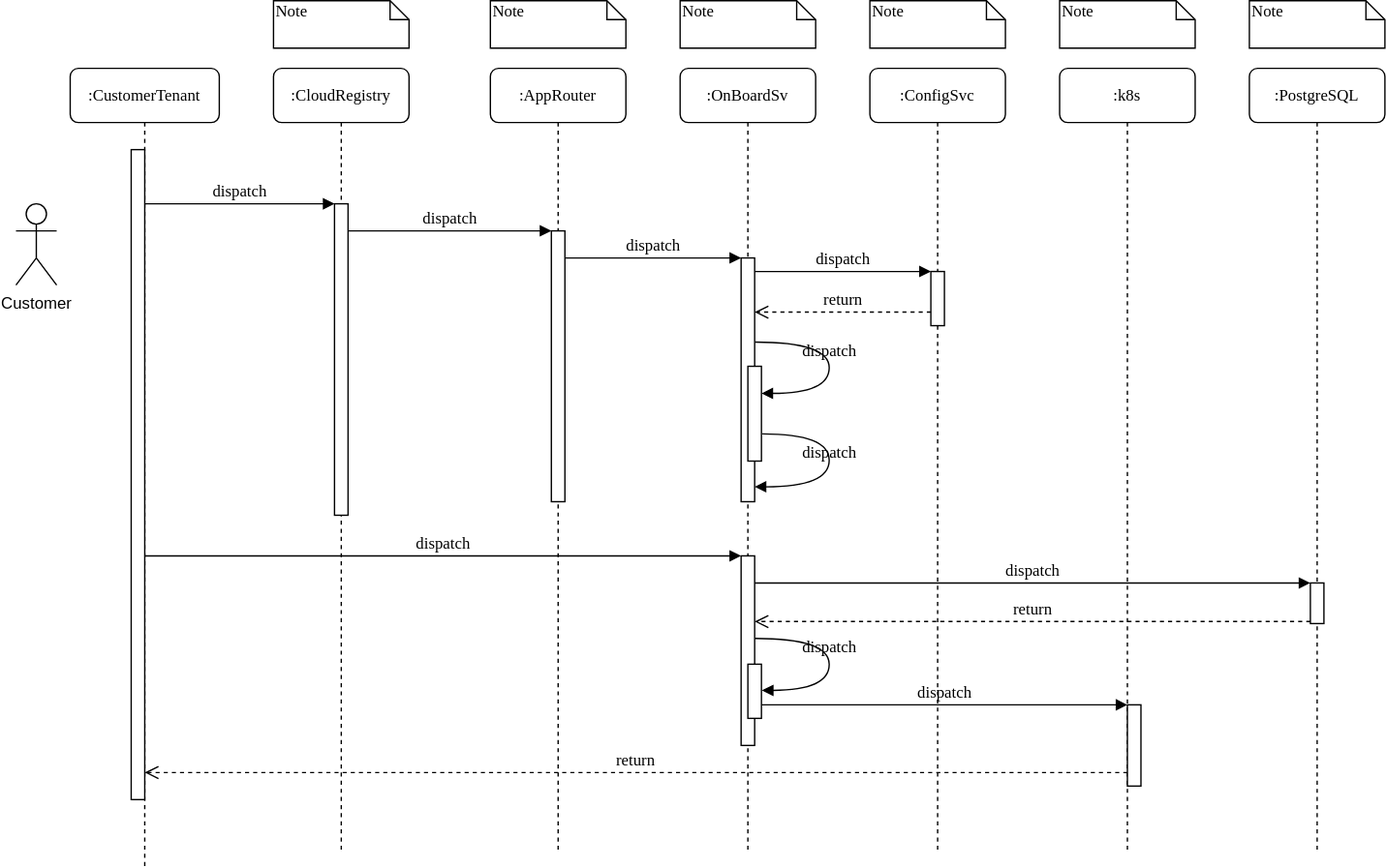
Before: Onboarding.svg, a diagram exported from draw.io (sundarvc/sequence-diagrams). Source tidied: cells renumbered, new cells last; positions are measured from the earlier drawing's top-left corner, leaving out a move shared by most shapes.
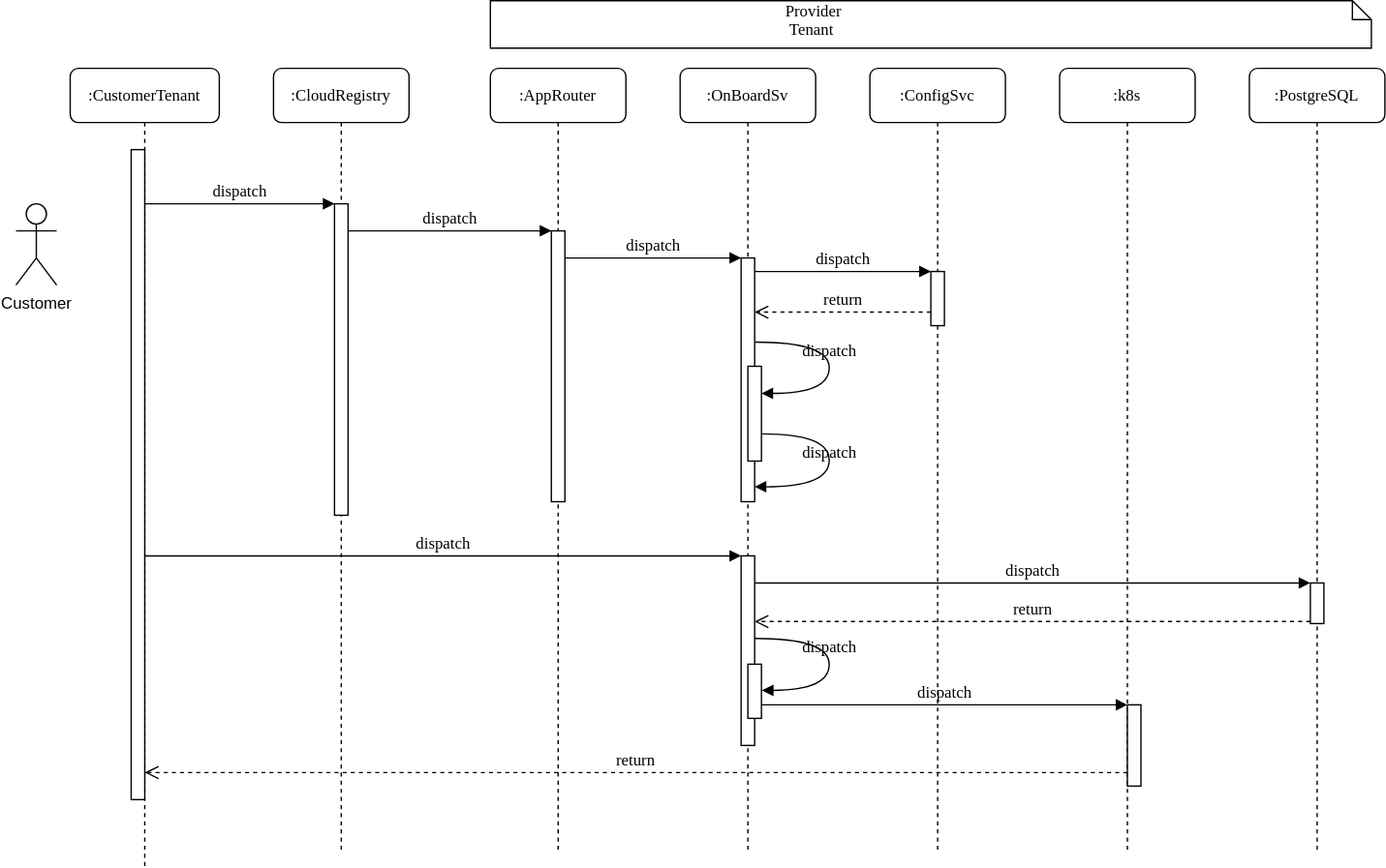
After the change.

Change to the diagram source:
```diff
@@ -123,24 +123,9 @@
         </Array>
       </mxGeometry>
     </mxCell>
-    <mxCell id="32" value="Note" style="shape=note;whiteSpace=wrap;html=1;size=14;verticalAlign=top;align=left;spacingTop=-6;rounded=0;shadow=0;comic=0;labelBackgroundColor=none;strokeWidth=1;fontFamily=Verdana;fontSize=12;" parent="1" vertex="1">
-      <mxGeometry x="190" width="100" height="35" as="geometry" />
-    </mxCell>
-    <mxCell id="33" value="Note" style="shape=note;whiteSpace=wrap;html=1;size=14;verticalAlign=top;align=left;spacingTop=-6;rounded=0;shadow=0;comic=0;labelBackgroundColor=none;strokeWidth=1;fontFamily=Verdana;fontSize=12;" parent="1" vertex="1">
-      <mxGeometry x="350" width="100" height="35" as="geometry" />
+    <mxCell id="33" value="&amp;nbsp; &amp;nbsp; &amp;nbsp; &amp;nbsp; &amp;nbsp; &amp;nbsp; &amp;nbsp; &amp;nbsp; &amp;nbsp; &amp;nbsp; &amp;nbsp; &amp;nbsp; &amp;nbsp; &amp;nbsp; &amp;nbsp; &amp;nbsp; &amp;nbsp; &amp;nbsp; &amp;nbsp; &amp;nbsp; &amp;nbsp; &amp;nbsp; &amp;nbsp; &amp;nbsp; &amp;nbsp; &amp;nbsp; &amp;nbsp; &amp;nbsp; &amp;nbsp; &amp;nbsp; &amp;nbsp; &amp;nbsp; &amp;nbsp; &amp;nbsp; &amp;nbsp; &amp;nbsp; Provider&amp;nbsp;&lt;br&gt;&amp;nbsp; &amp;nbsp; &amp;nbsp; &amp;nbsp; &amp;nbsp; &amp;nbsp; &amp;nbsp; &amp;nbsp; &amp;nbsp; &amp;nbsp; &amp;nbsp; &amp;nbsp; &amp;nbsp; &amp;nbsp; &amp;nbsp; &amp;nbsp; &amp;nbsp; &amp;nbsp; &amp;nbsp; &amp;nbsp; &amp;nbsp; &amp;nbsp; &amp;nbsp; &amp;nbsp; &amp;nbsp; &amp;nbsp; &amp;nbsp; &amp;nbsp; &amp;nbsp; &amp;nbsp; &amp;nbsp; &amp;nbsp; &amp;nbsp; &amp;nbsp; &amp;nbsp; &amp;nbsp; &amp;nbsp;Tenant" style="shape=note;whiteSpace=wrap;html=1;size=14;verticalAlign=top;align=left;spacingTop=-6;rounded=0;shadow=0;comic=0;labelBackgroundColor=none;strokeWidth=1;fontFamily=Verdana;fontSize=12;" parent="1" vertex="1">
+      <mxGeometry x="350" width="650" height="35" as="geometry" />
     </mxCell>
-    <mxCell id="34" value="Note" style="shape=note;whiteSpace=wrap;html=1;size=14;verticalAlign=top;align=left;spacingTop=-6;rounded=0;shadow=0;comic=0;labelBackgroundColor=none;strokeWidth=1;fontFamily=Verdana;fontSize=12;" parent="1" vertex="1">
-      <mxGeometry x="490" width="100" height="35" as="geometry" />
-    </mxCell>
-    <mxCell id="35" value="Note" style="shape=note;whiteSpace=wrap;html=1;size=14;verticalAlign=top;align=left;spacingTop=-6;rounded=0;shadow=0;comic=0;labelBackgroundColor=none;strokeWidth=1;fontFamily=Verdana;fontSize=12;" parent="1" vertex="1">
-      <mxGeometry x="630" width="100" height="35" as="geometry" />
-    </mxCell>
-    <mxCell id="36" value="Note" style="shape=note;whiteSpace=wrap;html=1;size=14;verticalAlign=top;align=left;spacingTop=-6;rounded=0;shadow=0;comic=0;labelBackgroundColor=none;strokeWidth=1;fontFamily=Verdana;fontSize=12;" parent="1" vertex="1">
-      <mxGeometry x="770" width="100" height="35" as="geometry" />
-    </mxCell>
-    <mxCell id="37" value="Note" style="shape=note;whiteSpace=wrap;html=1;size=14;verticalAlign=top;align=left;spacingTop=-6;rounded=0;shadow=0;comic=0;labelBackgroundColor=none;strokeWidth=1;fontFamily=Verdana;fontSize=12;" parent="1" vertex="1">
-      <mxGeometry x="910" width="100" height="35" as="geometry" />
-    </mxCell>
     <mxCell id="38" value="Customer" style="shape=umlActor;verticalLabelPosition=bottom;verticalAlign=top;html=1;" parent="1" vertex="1">
       <mxGeometry y="150" width="30" height="60" as="geometry" />
     </mxCell>
```
